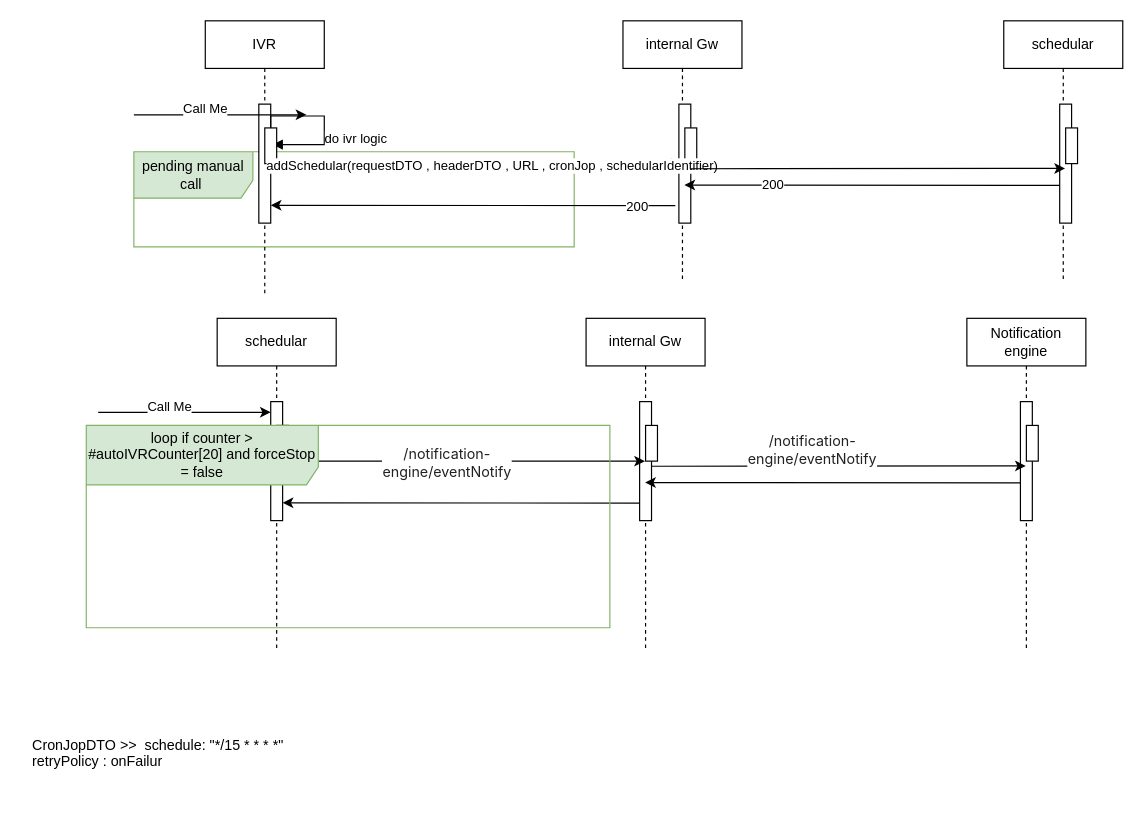
Earlier version of the draw.io diagram page "Fire IVR Schedular Flow (Sch_IVR_Flow1)" (5 of 15) of IVR2.drawio (MHosnii/DrawIo). Source tidied: cells renumbered, new cells numbered last; positions are measured from the earlier drawing's top-left corner, leaving out a move shared by most shapes. Both pictures are drawn from the tidied source at 119%, with x=0, y=0 at pixel (20, 20).
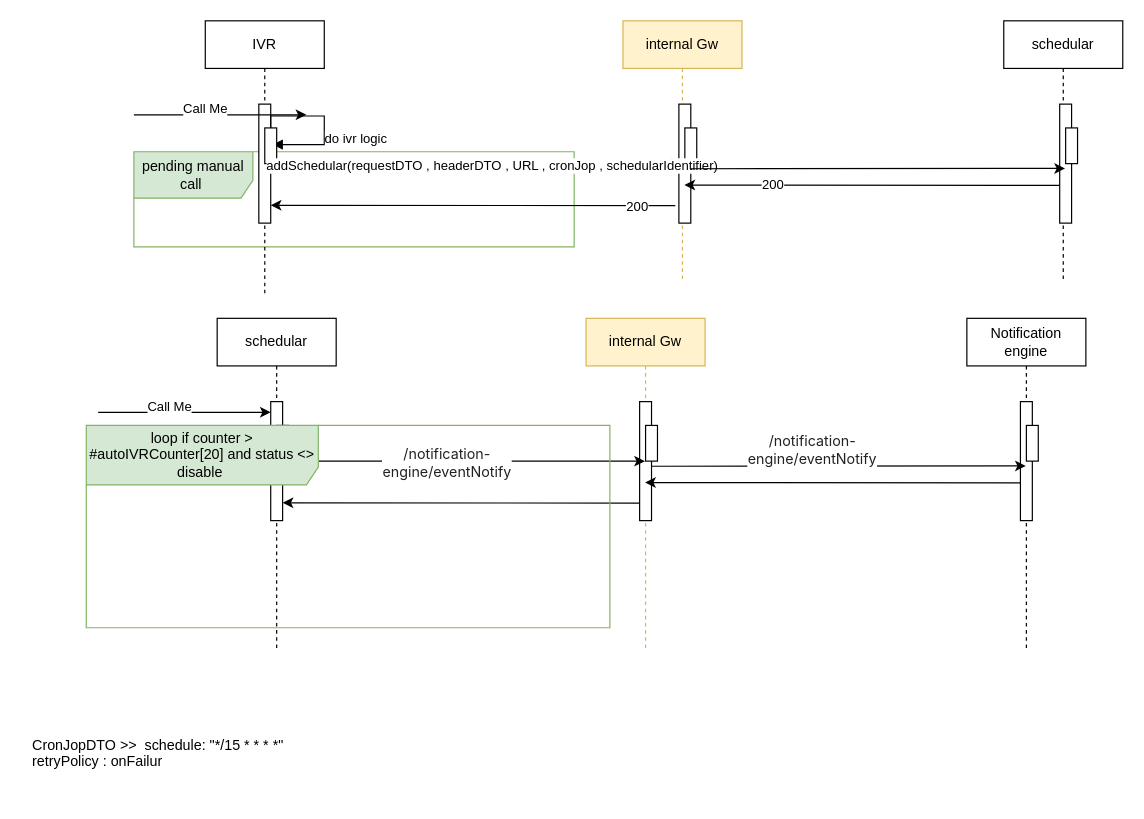
The same page after the edit.

Change to the diagram source:
```diff
@@
-    <mxCell id="10" value="internal Gw" style="shape=umlLifeline;perimeter=lifelinePerimeter;whiteSpace=wrap;html=1;outlineConnect=0;portConstraint=eastwest;newEdgeStyle={&quot;edgeStyle&quot;:&quot;elbowEdgeStyle&quot;,&quot;elbow&quot;:&quot;vertical&quot;,&quot;curved&quot;:0,&quot;rounded&quot;:0};" parent="1" vertex="1">
+    <mxCell id="10" value="internal Gw" style="shape=umlLifeline;perimeter=lifelinePerimeter;whiteSpace=wrap;html=1;outlineConnect=0;portConstraint=eastwest;newEdgeStyle={&quot;edgeStyle&quot;:&quot;elbowEdgeStyle&quot;,&quot;elbow&quot;:&quot;vertical&quot;,&quot;curved&quot;:0,&quot;rounded&quot;:0};fillColor=#fff2cc;strokeColor=#d6b656;" parent="1" vertex="1">
       <mxGeometry x="506" width="100" height="220" as="geometry" />
     </mxCell>
@@
-    <mxCell id="28" value="internal Gw" style="shape=umlLifeline;perimeter=lifelinePerimeter;whiteSpace=wrap;html=1;outlineConnect=0;portConstraint=eastwest;newEdgeStyle={&quot;edgeStyle&quot;:&quot;elbowEdgeStyle&quot;,&quot;elbow&quot;:&quot;vertical&quot;,&quot;curved&quot;:0,&quot;rounded&quot;:0};" parent="1" vertex="1">
+    <mxCell id="28" value="internal Gw" style="shape=umlLifeline;perimeter=lifelinePerimeter;whiteSpace=wrap;html=1;outlineConnect=0;portConstraint=eastwest;newEdgeStyle={&quot;edgeStyle&quot;:&quot;elbowEdgeStyle&quot;,&quot;elbow&quot;:&quot;vertical&quot;,&quot;curved&quot;:0,&quot;rounded&quot;:0};fillColor=#fff2cc;strokeColor=#d6b656;" parent="1" vertex="1">
       <mxGeometry x="475" y="250" width="100" height="280" as="geometry" />
     </mxCell>
@@
-    <mxCell id="40" value="loop if counter &amp;gt; #autoIVRCounter[20] and forceStop = false" style="shape=umlFrame;whiteSpace=wrap;html=1;width=195;height=50;fillColor=#d5e8d4;strokeColor=#82b366;" parent="1" vertex="1">
+    <mxCell id="40" value="loop if counter &amp;gt; #autoIVRCounter[20] and status &amp;lt;&amp;gt; disable&amp;nbsp;" style="shape=umlFrame;whiteSpace=wrap;html=1;width=195;height=50;fillColor=#d5e8d4;strokeColor=#82b366;" parent="1" vertex="1">
       <mxGeometry x="55" y="340" width="440" height="170" as="geometry" />
     </mxCell>
```
